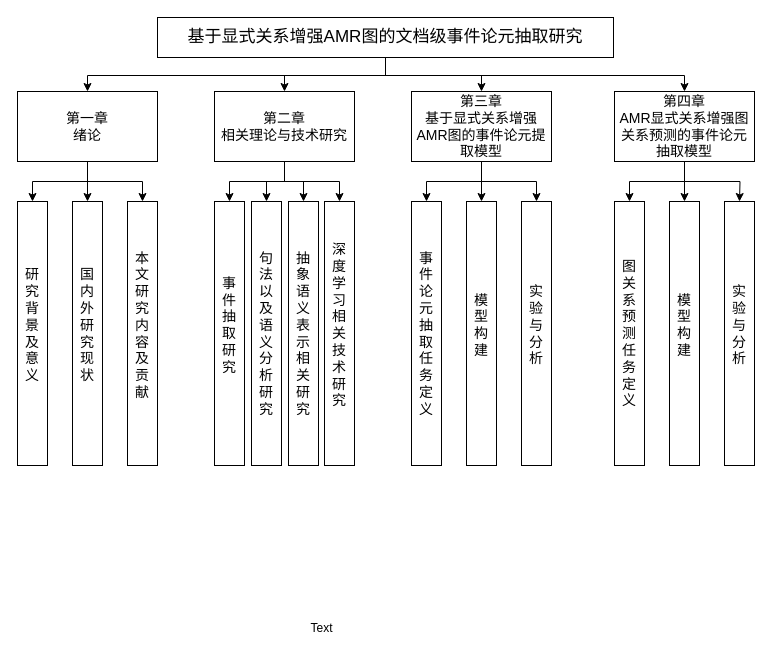
This is 论文整体结构安排.drawio from crawlerWPS/drawing, a draw.io file, before an edit. Source tidied: cells renumbered, new cells numbered last; positions are measured from the earlier drawing's top-left corner, leaving out a move shared by most shapes. Both pictures are drawn from the tidied source at 100%, with x=0, y=0 at pixel (17, 17).
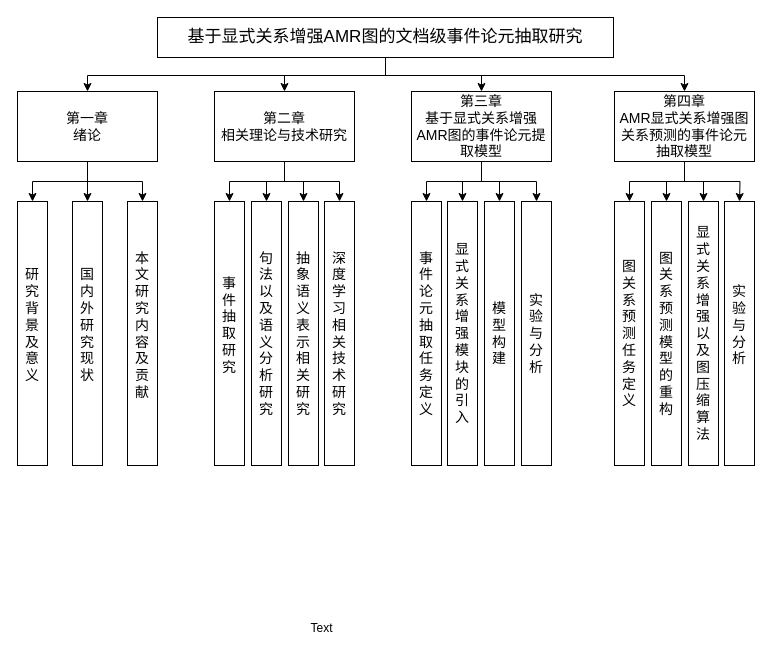
The same diagram, later.

Commit message:
更新论文整体结构安排.drawio

Unchanged cells that the change refers to:
```xml
<mxCell id="23" value="&lt;font style=&quot;&quot; face=&quot;宋体-简&quot;&gt;&lt;font style=&quot;font-size: 14px;&quot;&gt;第四章&lt;/font&gt;&lt;br&gt;&lt;font style=&quot;font-size: 14px;&quot;&gt;AMR显式关系增强图关系预测的事件论元抽取模型&lt;/font&gt;&lt;br&gt;&lt;/font&gt;" style="rounded=0;whiteSpace=wrap;html=1;" parent="1" vertex="1">
  <mxGeometry x="597" y="74" width="140" height="70" as="geometry" />
</mxCell>
```

Diff of the diagram source:
```diff
@@
+    <mxCell id="38" style="edgeStyle=orthogonalEdgeStyle;rounded=0;jettySize=auto;html=1;entryX=0.5;entryY=0;entryDx=0;entryDy=0;" parent="1" edge="1" target="40">
+      <mxGeometry relative="1" as="geometry">
+        <mxPoint x="464" y="136" as="sourcePoint" />
+        <Array as="points">
+          <mxPoint x="464" y="164" />
+          <mxPoint x="482" y="164" />
+        </Array>
+      </mxGeometry>
+    </mxCell>
@@
-    <mxCell id="21" style="edgeStyle=orthogonalEdgeStyle;rounded=0;jettySize=auto;html=1;entryX=0.5;entryY=0;entryDx=0;entryDy=0;fontSize=14;fontFamily=宋体-简;" parent="1" edge="1" source="23">
-      <mxGeometry relative="1" as="geometry">
-        <mxPoint x="667" y="184" as="targetPoint" />
-      </mxGeometry>
+    <mxCell id="21" style="edgeStyle=orthogonalEdgeStyle;rounded=0;jettySize=auto;html=1;entryX=0.5;entryY=0;entryDx=0;entryDy=0;fontSize=14;fontFamily=宋体-简;" parent="1" edge="1" source="23" target="37">
+      <mxGeometry relative="1" as="geometry" />
     </mxCell>
@@
+    <mxCell id="39" style="edgeStyle=orthogonalEdgeStyle;rounded=0;jettySize=auto;html=1;entryX=0.5;entryY=0;entryDx=0;entryDy=0;" parent="1" edge="1" source="23" target="41">
+      <mxGeometry relative="1" as="geometry" />
+    </mxCell>
@@
-    <mxCell id="29" value="&lt;div style=&quot;font-size: 14px;&quot;&gt;深&lt;/div&gt;&lt;div style=&quot;font-size: 14px;&quot;&gt;度&lt;/div&gt;&lt;div style=&quot;font-size: 14px;&quot;&gt;学&lt;/div&gt;&lt;div style=&quot;font-size: 14px;&quot;&gt;习&lt;/div&gt;&lt;div style=&quot;font-size: 14px;&quot;&gt;相&lt;/div&gt;&lt;div style=&quot;font-size: 14px;&quot;&gt;关&lt;/div&gt;&lt;div style=&quot;font-size: 14px;&quot;&gt;技&lt;/div&gt;&lt;div style=&quot;font-size: 14px;&quot;&gt;术&lt;/div&gt;&lt;div style=&quot;font-size: 14px;&quot;&gt;研&lt;/div&gt;&lt;div style=&quot;font-size: 14px;&quot;&gt;究&lt;/div&gt;&lt;br style=&quot;font-size: 14px;&quot;&gt;" style="rounded=0;whiteSpace=wrap;html=1;fontFamily=宋体-简;fontSize=14;" parent="1" vertex="1">
+    <mxCell id="29" value="&lt;div style=&quot;font-size: 14px;&quot;&gt;&lt;span style=&quot;background-color: initial;&quot;&gt;深&lt;/span&gt;&lt;br&gt;&lt;/div&gt;&lt;div style=&quot;font-size: 14px;&quot;&gt;度&lt;/div&gt;&lt;div style=&quot;font-size: 14px;&quot;&gt;学&lt;/div&gt;&lt;div style=&quot;font-size: 14px;&quot;&gt;习&lt;/div&gt;&lt;div style=&quot;font-size: 14px;&quot;&gt;相&lt;/div&gt;&lt;div style=&quot;font-size: 14px;&quot;&gt;关&lt;/div&gt;&lt;div style=&quot;font-size: 14px;&quot;&gt;技&lt;/div&gt;&lt;div style=&quot;font-size: 14px;&quot;&gt;术&lt;/div&gt;&lt;div style=&quot;font-size: 14px;&quot;&gt;研&lt;/div&gt;&lt;div style=&quot;font-size: 14px;&quot;&gt;究&lt;/div&gt;" style="rounded=0;whiteSpace=wrap;html=1;fontFamily=宋体-简;fontSize=14;" parent="1" vertex="1">
       <mxGeometry x="307" y="184" width="30" height="264" as="geometry" />
     </mxCell>
@@
-    <mxCell id="31" value="&lt;div style=&quot;font-size: 14px;&quot;&gt;模&lt;/div&gt;&lt;div style=&quot;font-size: 14px;&quot;&gt;型&lt;/div&gt;&lt;div style=&quot;font-size: 14px;&quot;&gt;构&lt;/div&gt;&lt;div style=&quot;font-size: 14px;&quot;&gt;建&lt;/div&gt;&lt;br style=&quot;font-size: 14px;&quot;&gt;" style="rounded=0;whiteSpace=wrap;html=1;fontFamily=宋体-简;fontSize=14;" parent="1" vertex="1">
-      <mxGeometry x="449" y="184" width="30" height="264" as="geometry" />
+    <mxCell id="31" value="&lt;div style=&quot;font-size: 14px;&quot;&gt;显&lt;/div&gt;&lt;div style=&quot;font-size: 14px;&quot;&gt;式&lt;/div&gt;&lt;div style=&quot;font-size: 14px;&quot;&gt;关&lt;/div&gt;&lt;div style=&quot;font-size: 14px;&quot;&gt;系&lt;/div&gt;&lt;div style=&quot;font-size: 14px;&quot;&gt;增&lt;/div&gt;&lt;div style=&quot;font-size: 14px;&quot;&gt;强&lt;/div&gt;&lt;div style=&quot;font-size: 14px;&quot;&gt;模&lt;/div&gt;&lt;div style=&quot;font-size: 14px;&quot;&gt;块&lt;/div&gt;&lt;div style=&quot;font-size: 14px;&quot;&gt;的&lt;/div&gt;&lt;div style=&quot;font-size: 14px;&quot;&gt;引&lt;/div&gt;&lt;div style=&quot;font-size: 14px;&quot;&gt;入&lt;/div&gt;" style="rounded=0;whiteSpace=wrap;html=1;fontFamily=宋体-简;fontSize=14;" parent="1" vertex="1">
+      <mxGeometry x="430" y="184" width="30" height="264" as="geometry" />
     </mxCell>
-    <mxCell id="32" value="&lt;div style=&quot;font-size: 14px;&quot;&gt;实&lt;/div&gt;&lt;div style=&quot;font-size: 14px;&quot;&gt;验&lt;/div&gt;&lt;div style=&quot;font-size: 14px;&quot;&gt;与&lt;/div&gt;&lt;div style=&quot;font-size: 14px;&quot;&gt;分&lt;/div&gt;&lt;div style=&quot;font-size: 14px;&quot;&gt;析&lt;/div&gt;&lt;br style=&quot;font-size: 14px;&quot;&gt;" style="rounded=0;whiteSpace=wrap;html=1;fontFamily=宋体-简;fontSize=14;" parent="1" vertex="1">
+    <mxCell id="32" value="&lt;div style=&quot;font-size: 14px;&quot;&gt;&lt;span style=&quot;background-color: initial;&quot;&gt;实&lt;/span&gt;&lt;br&gt;&lt;/div&gt;&lt;div style=&quot;font-size: 14px;&quot;&gt;验&lt;/div&gt;&lt;div style=&quot;font-size: 14px;&quot;&gt;与&lt;/div&gt;&lt;div style=&quot;font-size: 14px;&quot;&gt;分&lt;/div&gt;&lt;div style=&quot;font-size: 14px;&quot;&gt;析&lt;/div&gt;" style="rounded=0;whiteSpace=wrap;html=1;fontFamily=宋体-简;fontSize=14;" parent="1" vertex="1">
       <mxGeometry x="504" y="184" width="30" height="264" as="geometry" />
     </mxCell>
@@
-    <mxCell id="37" value="&lt;div style=&quot;font-size: 14px;&quot;&gt;模&lt;/div&gt;&lt;div style=&quot;font-size: 14px;&quot;&gt;型&lt;/div&gt;&lt;div style=&quot;font-size: 14px;&quot;&gt;构&lt;/div&gt;&lt;div style=&quot;font-size: 14px;&quot;&gt;建&lt;/div&gt;&lt;br style=&quot;font-size: 14px;&quot;&gt;" style="rounded=0;whiteSpace=wrap;html=1;fontFamily=宋体-简;fontSize=14;" parent="1" vertex="1">
-      <mxGeometry x="652" y="184" width="30" height="264" as="geometry" />
+    <mxCell id="37" value="&lt;div style=&quot;font-size: 14px;&quot;&gt;显&lt;/div&gt;&lt;div style=&quot;font-size: 14px;&quot;&gt;式&lt;/div&gt;&lt;div style=&quot;font-size: 14px;&quot;&gt;关&lt;/div&gt;&lt;div style=&quot;font-size: 14px;&quot;&gt;系&lt;/div&gt;&lt;div style=&quot;font-size: 14px;&quot;&gt;增&lt;/div&gt;&lt;div style=&quot;font-size: 14px;&quot;&gt;强&lt;/div&gt;&lt;div style=&quot;font-size: 14px;&quot;&gt;以&lt;/div&gt;&lt;div style=&quot;font-size: 14px;&quot;&gt;及&lt;/div&gt;&lt;div style=&quot;font-size: 14px;&quot;&gt;图&lt;/div&gt;&lt;div style=&quot;font-size: 14px;&quot;&gt;压&lt;/div&gt;&lt;div style=&quot;font-size: 14px;&quot;&gt;缩&lt;/div&gt;&lt;div style=&quot;font-size: 14px;&quot;&gt;算&lt;/div&gt;&lt;div style=&quot;font-size: 14px;&quot;&gt;法&lt;/div&gt;" style="rounded=0;whiteSpace=wrap;html=1;fontFamily=宋体-简;fontSize=14;" parent="1" vertex="1">
+      <mxGeometry x="671" y="184" width="30" height="264" as="geometry" />
     </mxCell>
+    <mxCell id="40" value="&lt;div style=&quot;font-size: 14px;&quot;&gt;模&lt;/div&gt;&lt;div style=&quot;font-size: 14px;&quot;&gt;型&lt;/div&gt;&lt;div style=&quot;font-size: 14px;&quot;&gt;构&lt;/div&gt;&lt;div style=&quot;font-size: 14px;&quot;&gt;建&lt;/div&gt;" style="rounded=0;whiteSpace=wrap;html=1;fontFamily=宋体-简;fontSize=14;" parent="1" vertex="1">
+      <mxGeometry x="467" y="184" width="30" height="264" as="geometry" />
+    </mxCell>
+    <mxCell id="41" value="&lt;div style=&quot;font-size: 14px;&quot;&gt;图&lt;/div&gt;&lt;div style=&quot;font-size: 14px;&quot;&gt;关&lt;/div&gt;&lt;div style=&quot;font-size: 14px;&quot;&gt;系&lt;/div&gt;&lt;div style=&quot;font-size: 14px;&quot;&gt;预&lt;/div&gt;&lt;div style=&quot;font-size: 14px;&quot;&gt;测&lt;/div&gt;&lt;div style=&quot;font-size: 14px;&quot;&gt;模&lt;/div&gt;&lt;div style=&quot;font-size: 14px;&quot;&gt;型&lt;/div&gt;&lt;div style=&quot;font-size: 14px;&quot;&gt;的&lt;/div&gt;&lt;div style=&quot;font-size: 14px;&quot;&gt;重&lt;/div&gt;&lt;div style=&quot;font-size: 14px;&quot;&gt;构&lt;/div&gt;" style="rounded=0;whiteSpace=wrap;html=1;fontFamily=宋体-简;fontSize=14;" parent="1" vertex="1">
+      <mxGeometry x="634" y="184" width="30" height="264" as="geometry" />
+    </mxCell>
```
